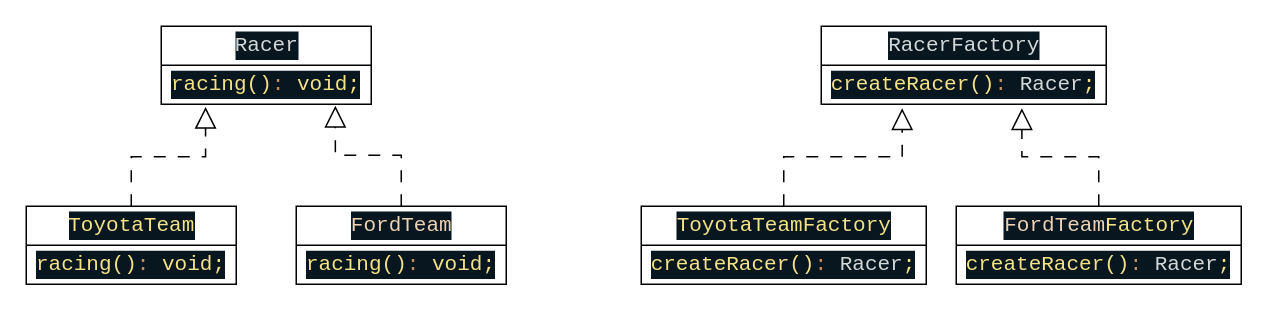
The draw.io diagram Patterns/Creational/Factory/factory.drawio in PushOk322/JS-TS, before the edit. Source tidied: cells renumbered, new cells numbered last; positions are measured from the earlier drawing's top-left corner, leaving out a move shared by most shapes. Both pictures are drawn from the tidied source at 150%, with x=0, y=0 at pixel (26, 26).
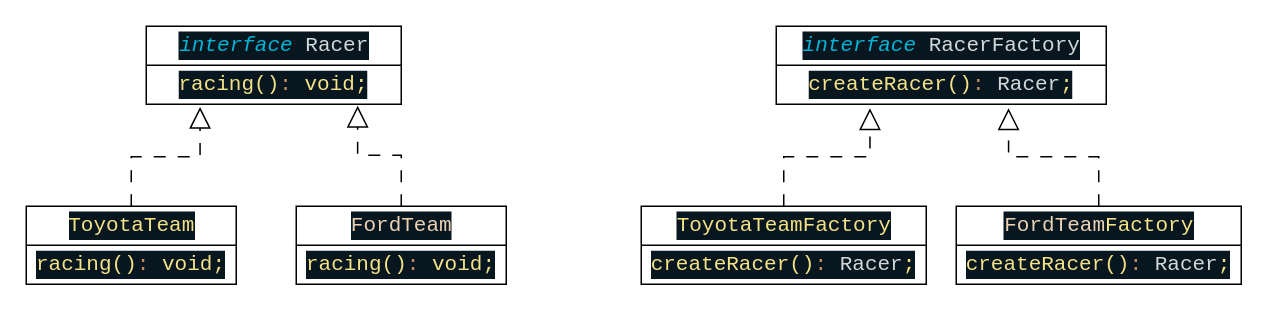
The same diagram, later.

The edit, as a diff of the source:
```diff
@@
 <mxGraphModel>
   <root>
     <mxCell id="0" />
     <mxCell id="1" parent="0" />
-    <mxCell id="2" value="&lt;div style=&quot;color: rgb(246, 250, 253); background-color: rgb(8, 22, 32); font-family: Consolas, Consolas, &amp;quot;Courier New&amp;quot;, monospace; font-size: 14px; line-height: 19px;&quot;&gt;&lt;span style=&quot;color: #d2d8d8;&quot;&gt;Racer&lt;/span&gt;&lt;/div&gt;" style="swimlane;fontStyle=0;horizontal=1;startSize=26;fillColor=none;html=1;verticalAlign=middle;align=center;" parent="1" vertex="1">
-      <mxGeometry x="90" width="140" height="52" as="geometry" />
+    <mxCell id="2" value="&lt;div style=&quot;background-color: rgb(8, 22, 32); font-family: Consolas, Consolas, &amp;quot;Courier New&amp;quot;, monospace; font-size: 14px; line-height: 19px;&quot;&gt;&lt;div style=&quot;line-height: 19px;&quot;&gt;&lt;span style=&quot;color: rgb(0, 180, 214); font-style: italic;&quot;&gt;interface&lt;/span&gt;&lt;font color=&quot;#f6fafd&quot;&gt;&amp;nbsp;&lt;/font&gt;&lt;font color=&quot;#d2d8d8&quot;&gt;Racer&lt;/font&gt;&lt;/div&gt;&lt;/div&gt;" style="swimlane;fontStyle=0;horizontal=1;startSize=26;fillColor=none;html=1;verticalAlign=middle;align=center;" parent="1" vertex="1">
+      <mxGeometry x="80" width="170" height="52" as="geometry" />
     </mxCell>
     <mxCell id="3" value="&lt;div style=&quot;color: rgb(246, 250, 253); background-color: rgb(8, 22, 32); font-family: Consolas, Consolas, &amp;quot;Courier New&amp;quot;, monospace; font-size: 14px; line-height: 19px;&quot;&gt;&lt;span style=&quot;color: #f4e286;&quot;&gt;racing()&lt;/span&gt;&lt;span style=&quot;color: #c28e60;&quot;&gt;:&lt;/span&gt; &lt;span style=&quot;color: #f4e286;&quot;&gt;void;&lt;/span&gt;&lt;/div&gt;" style="text;strokeColor=none;fillColor=none;align=center;verticalAlign=middle;spacingLeft=4;spacingRight=4;overflow=hidden;points=[[0,0.5],[1,0.5]];portConstraint=eastwest;whiteSpace=wrap;html=1;" parent="2" vertex="1">
-      <mxGeometry y="26" width="140" height="26" as="geometry" />
+      <mxGeometry y="26" width="170" height="26" as="geometry" />
     </mxCell>
     <mxCell id="4" value="&lt;div style=&quot;color: rgb(246, 250, 253); background-color: rgb(8, 22, 32); font-family: Consolas, Consolas, &amp;quot;Courier New&amp;quot;, monospace; font-size: 14px; line-height: 19px;&quot;&gt;&lt;div style=&quot;line-height: 19px;&quot;&gt;&lt;span style=&quot;color: #f4e286;&quot;&gt;ToyotaTeam&lt;/span&gt;&lt;/div&gt;&lt;/div&gt;" style="swimlane;fontStyle=0;horizontal=1;startSize=26;fillColor=none;html=1;verticalAlign=middle;align=center;" parent="1" vertex="1">
       <mxGeometry y="120" width="140" height="52" as="geometry" />
     </mxCell>
     <mxCell id="5" value="&lt;div style=&quot;color: rgb(246, 250, 253); background-color: rgb(8, 22, 32); font-family: Consolas, Consolas, &amp;quot;Courier New&amp;quot;, monospace; font-size: 14px; line-height: 19px;&quot;&gt;&lt;span style=&quot;color: #f4e286;&quot;&gt;racing()&lt;/span&gt;&lt;span style=&quot;color: #c28e60;&quot;&gt;:&lt;/span&gt; &lt;span style=&quot;color: #f4e286;&quot;&gt;void;&lt;/span&gt;&lt;/div&gt;" style="text;strokeColor=none;fillColor=none;align=center;verticalAlign=middle;spacingLeft=4;spacingRight=4;overflow=hidden;whiteSpace=wrap;html=1;" parent="4" vertex="1">
       <mxGeometry y="26" width="140" height="26" as="geometry" />
     </mxCell>
     <mxCell id="6" value="&lt;div style=&quot;color: rgb(246, 250, 253); background-color: rgb(8, 22, 32); font-family: Consolas, Consolas, &amp;quot;Courier New&amp;quot;, monospace; font-size: 14px; line-height: 19px;&quot;&gt;&lt;div style=&quot;line-height: 19px;&quot;&gt;&lt;span style=&quot;color: #ecd2b4;&quot;&gt;FordTeam&lt;/span&gt;&lt;/div&gt;&lt;/div&gt;" style="swimlane;fontStyle=0;horizontal=1;startSize=26;fillColor=none;html=1;verticalAlign=middle;align=center;" parent="1" vertex="1">
       <mxGeometry x="180" y="120" width="140" height="52" as="geometry" />
     </mxCell>
     <mxCell id="7" value="&lt;div style=&quot;color: rgb(246, 250, 253); background-color: rgb(8, 22, 32); font-family: Consolas, Consolas, &amp;quot;Courier New&amp;quot;, monospace; font-size: 14px; line-height: 19px;&quot;&gt;&lt;span style=&quot;color: #f4e286;&quot;&gt;racing()&lt;/span&gt;&lt;span style=&quot;color: #c28e60;&quot;&gt;:&lt;/span&gt; &lt;span style=&quot;color: #f4e286;&quot;&gt;void;&lt;/span&gt;&lt;/div&gt;" style="text;strokeColor=none;fillColor=none;align=center;verticalAlign=middle;spacingLeft=4;spacingRight=4;overflow=hidden;whiteSpace=wrap;html=1;" parent="6" vertex="1">
       <mxGeometry y="26" width="140" height="26" as="geometry" />
     </mxCell>
-    <mxCell id="8" value="&lt;div style=&quot;color: rgb(246, 250, 253); background-color: rgb(8, 22, 32); font-family: Consolas, Consolas, &amp;quot;Courier New&amp;quot;, monospace; font-size: 14px; line-height: 19px;&quot;&gt;&lt;span style=&quot;color: #d2d8d8;&quot;&gt;RacerFactory&lt;/span&gt;&lt;/div&gt;" style="swimlane;fontStyle=0;horizontal=1;startSize=26;fillColor=none;html=1;verticalAlign=middle;align=center;" parent="1" vertex="1">
-      <mxGeometry x="530" width="190" height="52" as="geometry" />
+    <mxCell id="8" value="&lt;div style=&quot;color: rgb(246, 250, 253); background-color: rgb(8, 22, 32); font-family: Consolas, Consolas, &amp;quot;Courier New&amp;quot;, monospace; font-size: 14px; line-height: 19px;&quot;&gt;&lt;span style=&quot;color: rgb(0, 180, 214); font-style: italic;&quot;&gt;interface&amp;nbsp;&lt;/span&gt;&lt;span style=&quot;color: #d2d8d8;&quot;&gt;RacerFactory&lt;/span&gt;&lt;/div&gt;" style="swimlane;fontStyle=0;horizontal=1;startSize=26;fillColor=none;html=1;verticalAlign=middle;align=center;" parent="1" vertex="1">
+      <mxGeometry x="500" width="220" height="52" as="geometry" />
     </mxCell>
     <mxCell id="9" value="&lt;div style=&quot;color: rgb(246, 250, 253); background-color: rgb(8, 22, 32); font-family: Consolas, Consolas, &amp;quot;Courier New&amp;quot;, monospace; font-size: 14px; line-height: 19px;&quot;&gt;&lt;div style=&quot;line-height: 19px;&quot;&gt;&lt;span style=&quot;color: #f4e286;&quot;&gt;createRacer()&lt;/span&gt;&lt;span style=&quot;color: #c28e60;&quot;&gt;:&lt;/span&gt; &lt;span style=&quot;color: #d2d8d8;&quot;&gt;Racer&lt;/span&gt;&lt;span style=&quot;color: #f4e286;&quot;&gt;;&lt;/span&gt;&lt;/div&gt;&lt;/div&gt;" style="text;strokeColor=none;fillColor=none;align=center;verticalAlign=middle;spacingLeft=4;spacingRight=4;overflow=hidden;points=[[0,0.5],[1,0.5]];portConstraint=eastwest;whiteSpace=wrap;html=1;" parent="8" vertex="1">
-      <mxGeometry y="26" width="190" height="26" as="geometry" />
+      <mxGeometry y="26" width="220" height="26" as="geometry" />
     </mxCell>
     <mxCell id="10" value="&lt;div style=&quot;color: rgb(246, 250, 253); background-color: rgb(8, 22, 32); font-family: Consolas, Consolas, &amp;quot;Courier New&amp;quot;, monospace; font-size: 14px; line-height: 19px;&quot;&gt;&lt;div style=&quot;line-height: 19px;&quot;&gt;&lt;span style=&quot;color: #f4e286;&quot;&gt;ToyotaTeam&lt;/span&gt;&lt;span style=&quot;color: rgb(244, 226, 134);&quot;&gt;Factory&lt;/span&gt;&lt;span style=&quot;&quot;&gt; &lt;/span&gt;&lt;/div&gt;&lt;/div&gt;" style="swimlane;fontStyle=0;horizontal=1;startSize=26;fillColor=none;html=1;verticalAlign=middle;align=center;" parent="1" vertex="1">
       <mxGeometry x="410" y="120" width="190" height="52" as="geometry" />
     </mxCell>
     <mxCell id="11" value="&lt;div style=&quot;color: rgb(246, 250, 253); background-color: rgb(8, 22, 32); font-family: Consolas, Consolas, &amp;quot;Courier New&amp;quot;, monospace; font-size: 14px; line-height: 19px;&quot;&gt;&lt;div style=&quot;line-height: 19px;&quot;&gt;&lt;span style=&quot;color: #f4e286;&quot;&gt;createRacer()&lt;/span&gt;&lt;span style=&quot;color: #c28e60;&quot;&gt;:&lt;/span&gt; &lt;span style=&quot;color: #d2d8d8;&quot;&gt;Racer&lt;/span&gt;&lt;span style=&quot;color: #f4e286;&quot;&gt;;&lt;/span&gt;&lt;/div&gt;&lt;/div&gt;" style="text;strokeColor=none;fillColor=none;align=center;verticalAlign=middle;spacingLeft=4;spacingRight=4;overflow=hidden;whiteSpace=wrap;html=1;" parent="10" vertex="1">
       <mxGeometry y="26" width="190" height="26" as="geometry" />
     </mxCell>
     <mxCell id="12" value="&lt;div style=&quot;color: rgb(246, 250, 253); background-color: rgb(8, 22, 32); font-family: Consolas, Consolas, &amp;quot;Courier New&amp;quot;, monospace; font-size: 14px; line-height: 19px;&quot;&gt;&lt;div style=&quot;line-height: 19px;&quot;&gt;&lt;span style=&quot;color: #ecd2b4;&quot;&gt;FordTeam&lt;/span&gt;&lt;span style=&quot;color: rgb(244, 226, 134);&quot;&gt;Factory&lt;/span&gt;&lt;span style=&quot;&quot;&gt; &lt;/span&gt;&lt;/div&gt;&lt;/div&gt;" style="swimlane;fontStyle=0;horizontal=1;startSize=26;fillColor=none;html=1;verticalAlign=middle;align=center;" parent="1" vertex="1">
       <mxGeometry x="620" y="120" width="190" height="52" as="geometry" />
     </mxCell>
     <mxCell id="13" value="&lt;div style=&quot;color: rgb(246, 250, 253); background-color: rgb(8, 22, 32); font-family: Consolas, Consolas, &amp;quot;Courier New&amp;quot;, monospace; font-size: 14px; line-height: 19px;&quot;&gt;&lt;div style=&quot;line-height: 19px;&quot;&gt;&lt;span style=&quot;color: #f4e286;&quot;&gt;createRacer()&lt;/span&gt;&lt;span style=&quot;color: #c28e60;&quot;&gt;:&lt;/span&gt; &lt;span style=&quot;color: #d2d8d8;&quot;&gt;Racer&lt;/span&gt;&lt;span style=&quot;color: #f4e286;&quot;&gt;;&lt;/span&gt;&lt;/div&gt;&lt;/div&gt;" style="text;strokeColor=none;fillColor=none;align=center;verticalAlign=middle;spacingLeft=4;spacingRight=4;overflow=hidden;whiteSpace=wrap;html=1;" parent="12" vertex="1">
       <mxGeometry y="26" width="190" height="26" as="geometry" />
     </mxCell>
     <mxCell id="14" style="edgeStyle=elbowEdgeStyle;elbow=vertical;endArrow=block;html=1;curved=0;rounded=0;endSize=12;startSize=8;entryX=0.284;entryY=1.104;entryDx=0;entryDy=0;entryPerimeter=0;exitX=0.5;exitY=0;exitDx=0;exitDy=0;endFill=0;dashed=1;dashPattern=8 8;" parent="1" edge="1" source="10" target="9">
       <mxGeometry relative="1" as="geometry" />
     </mxCell>
     <mxCell id="15" style="edgeStyle=elbowEdgeStyle;elbow=vertical;endArrow=block;html=1;curved=0;rounded=0;endSize=12;startSize=8;exitX=0.5;exitY=0;exitDx=0;exitDy=0;entryX=0.704;entryY=1.104;entryDx=0;entryDy=0;entryPerimeter=0;endFill=0;dashed=1;dashPattern=8 8;" parent="1" edge="1" source="12" target="9">
       <mxGeometry relative="1" as="geometry" />
     </mxCell>
     <mxCell id="16" style="edgeStyle=elbowEdgeStyle;elbow=vertical;endArrow=block;html=1;curved=0;rounded=0;endSize=12;startSize=8;entryX=0.211;entryY=1.069;entryDx=0;entryDy=0;entryPerimeter=0;exitX=0.5;exitY=0;exitDx=0;exitDy=0;endFill=0;dashed=1;dashPattern=8 8;" parent="1" edge="1" source="4" target="3">
       <mxGeometry relative="1" as="geometry" />
     </mxCell>
     <mxCell id="17" style="edgeStyle=elbowEdgeStyle;elbow=vertical;endArrow=block;html=1;curved=0;rounded=0;endSize=12;startSize=8;exitX=0.5;exitY=0;exitDx=0;exitDy=0;entryX=0.829;entryY=1.038;entryDx=0;entryDy=0;entryPerimeter=0;endFill=0;dashed=1;dashPattern=8 8;" parent="1" edge="1" source="6" target="3">
       <mxGeometry relative="1" as="geometry" />
     </mxCell>
   </root>
 </mxGraphModel>
```
